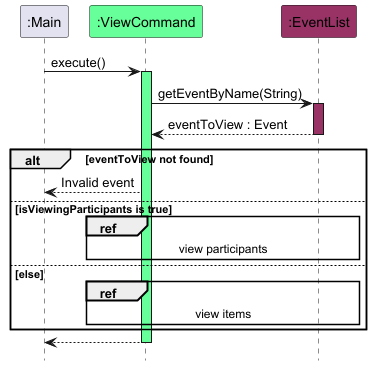
Above: docs/images/ViewEventSequenceDiagram.png in nus-cs2113-AY2425S1/tp (PlantUML), before the change.
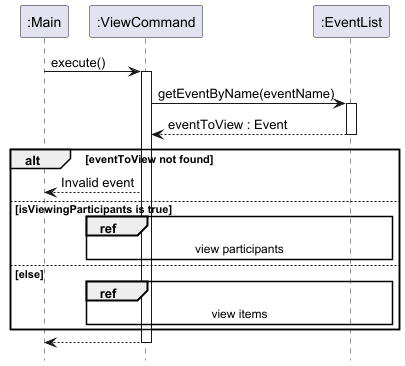
After the change.

Change to the diagram source:
```diff
@@ -3,14 +3,14 @@
 hide footbox
 
 participant ":Main" as main
-participant ":ViewCommand" as command COMMAND_COLOUR
-participant ":EventList" as eventList EVENT_COLOUR
+participant ":ViewCommand" as command
+participant ":EventList" as eventList
 
 main -> command : execute()
-activate command COMMAND_COLOUR
+activate command
 
-command -> eventList : getEventByName(String)
-activate eventList EVENT_COLOUR
+command -> eventList : getEventByName(eventName)
+activate eventList
 
 return eventToView : Event
 
```
